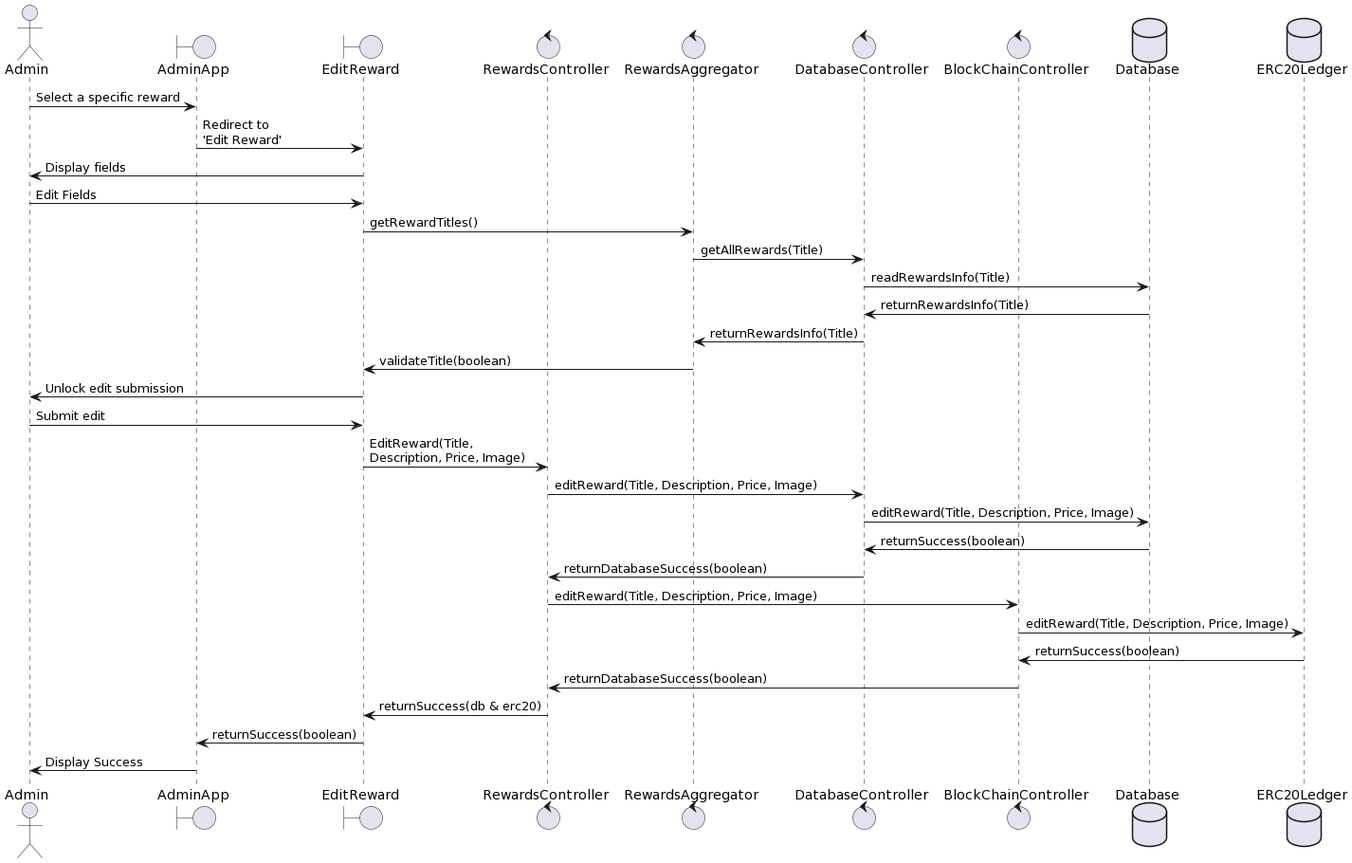
Earlier version of the PlantUML export Admin_EditReward.png (Tamong/TFS). Source of this version:
```plantuml
@startuml
actor       Admin
boundary    AdminApp
boundary    EditReward

control     RewardsController
control     RewardsAggregator
control     DatabaseController
control     BlockChainController

database    Database
database    ERC20Ledger

Admin -> AdminApp: Select a specific reward
AdminApp -> EditReward: Redirect to \n'Edit Reward'

EditReward -> Admin: Display fields
Admin -> EditReward: Edit Fields

EditReward-> RewardsAggregator : getRewardTitles()
RewardsAggregator -> DatabaseController : getAllRewards(Title)
DatabaseController -> Database : readRewardsInfo(Title)
Database -> DatabaseController : returnRewardsInfo(Title)
DatabaseController -> RewardsAggregator : returnRewardsInfo(Title)
RewardsAggregator -> EditReward: validateTitle(boolean)

EditReward -> Admin : Unlock edit submission
Admin -> EditReward : Submit edit

EditReward-> RewardsController : EditReward(Title, \nDescription, Price, Image)

RewardsController -> DatabaseController : editReward(Title, Description, Price, Image)
DatabaseController -> Database: editReward(Title, Description, Price, Image)
Database -> DatabaseController : returnSuccess(boolean)
DatabaseController -> RewardsController : returnDatabaseSuccess(boolean)


RewardsController -> BlockChainController: editReward(Title, Description, Price, Image)
BlockChainController-> ERC20Ledger: editReward(Title, Description, Price, Image)
ERC20Ledger-> BlockChainController: returnSuccess(boolean)
BlockChainController -> RewardsController : returnDatabaseSuccess(boolean)


RewardsController -> EditReward: returnSuccess(db & erc20)
EditReward-> AdminApp: returnSuccess(boolean)


AdminApp -> Admin : Display Success
@enduml
```
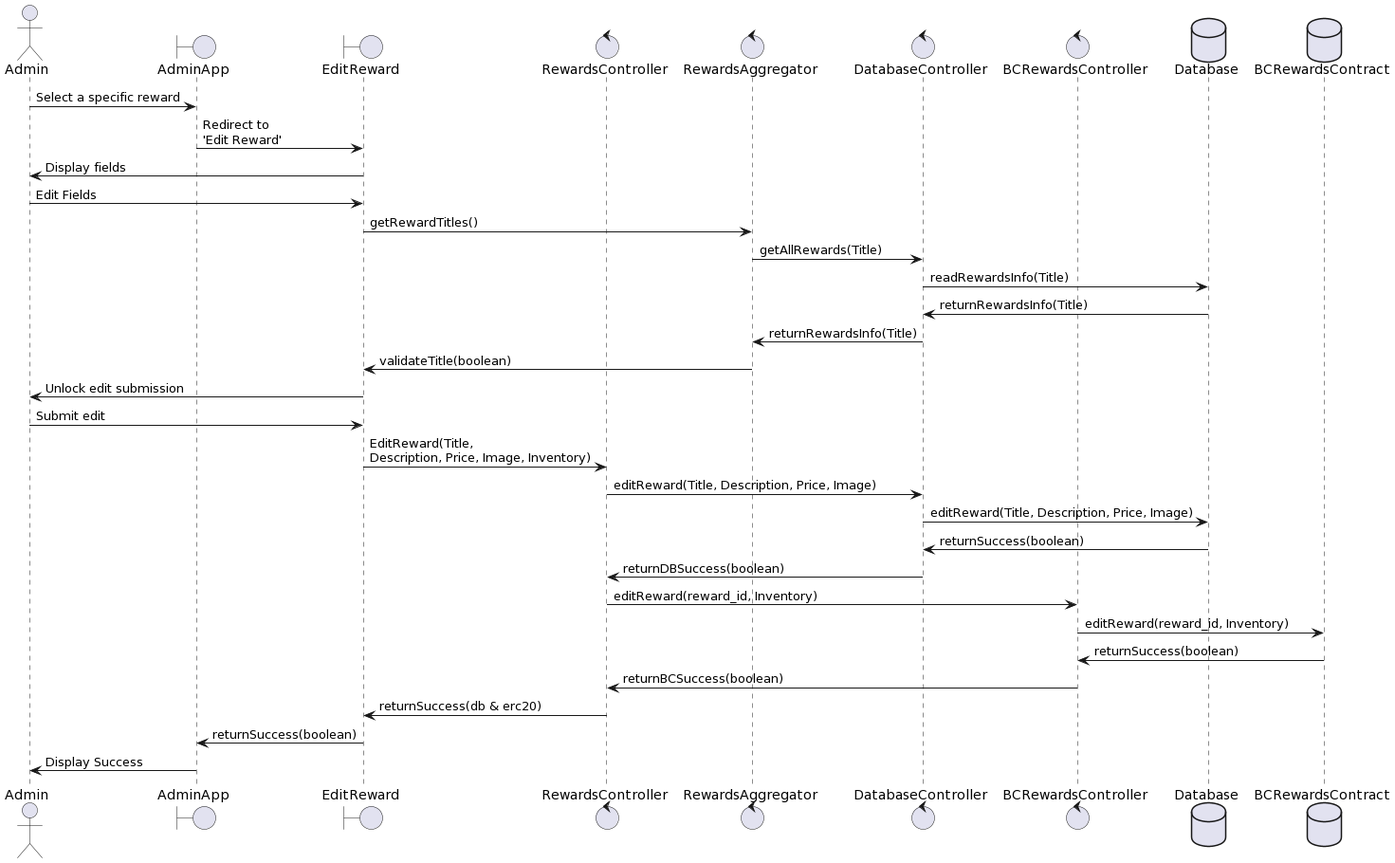
The same file after the commit.

What changed in the source:
```diff
@@ -6,10 +6,10 @@
 control     RewardsController
 control     RewardsAggregator
 control     DatabaseController
-control     BlockChainController
+control     BCRewardsController
 
 database    Database
-database    ERC20Ledger
+database    BCRewardsContract
 
 Admin -> AdminApp: Select a specific reward
 AdminApp -> EditReward: Redirect to \n'Edit Reward'
@@ -27,18 +27,18 @@
 EditReward -> Admin : Unlock edit submission
 Admin -> EditReward : Submit edit
 
-EditReward-> RewardsController : EditReward(Title, \nDescription, Price, Image)
+EditReward-> RewardsController : EditReward(Title, \nDescription, Price, Image, Inventory)
 
 RewardsController -> DatabaseController : editReward(Title, Description, Price, Image)
 DatabaseController -> Database: editReward(Title, Description, Price, Image)
 Database -> DatabaseController : returnSuccess(boolean)
-DatabaseController -> RewardsController : returnDatabaseSuccess(boolean)
+DatabaseController -> RewardsController : returnDBSuccess(boolean)
 
 
-RewardsController -> BlockChainController: editReward(Title, Description, Price, Image)
-BlockChainController-> ERC20Ledger: editReward(Title, Description, Price, Image)
-ERC20Ledger-> BlockChainController: returnSuccess(boolean)
-BlockChainController -> RewardsController : returnDatabaseSuccess(boolean)
+RewardsController -> BCRewardsController: editReward(reward_id, Inventory)
+BCRewardsController-> BCRewardsContract: editReward(reward_id, Inventory)
+BCRewardsContract-> BCRewardsController: returnSuccess(boolean)
+BCRewardsController-> RewardsController : returnBCSuccess(boolean)
 
 
 RewardsController -> EditReward: returnSuccess(db & erc20)
```
